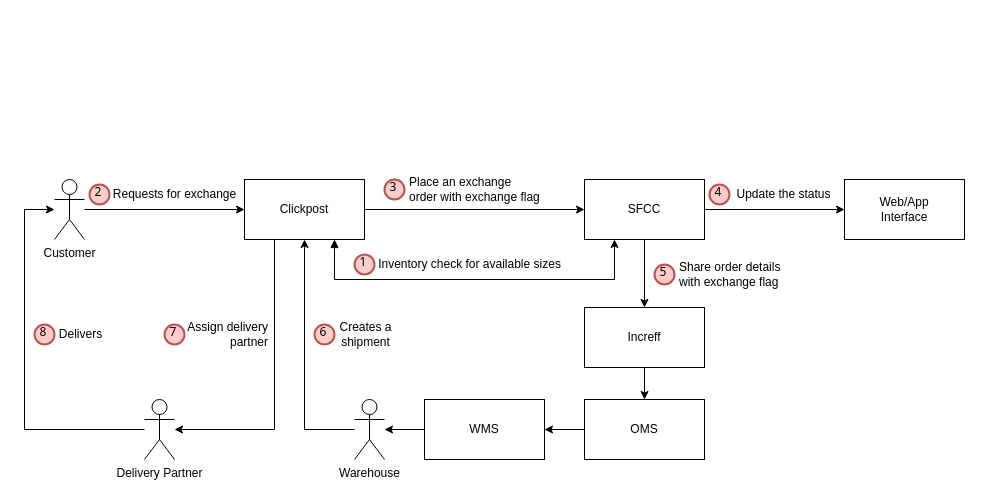
Earlier version of the draw.io diagram Exchange-DataFlowDiagram.drawio (SaketNarayane/ProcessFlows). Source tidied: cells renumbered, new cells numbered last; positions are measured from the earlier drawing's top-left corner, leaving out a move shared by most shapes. Both pictures are drawn from the tidied source at 100%, with x=0, y=0 at pixel (24, 169).
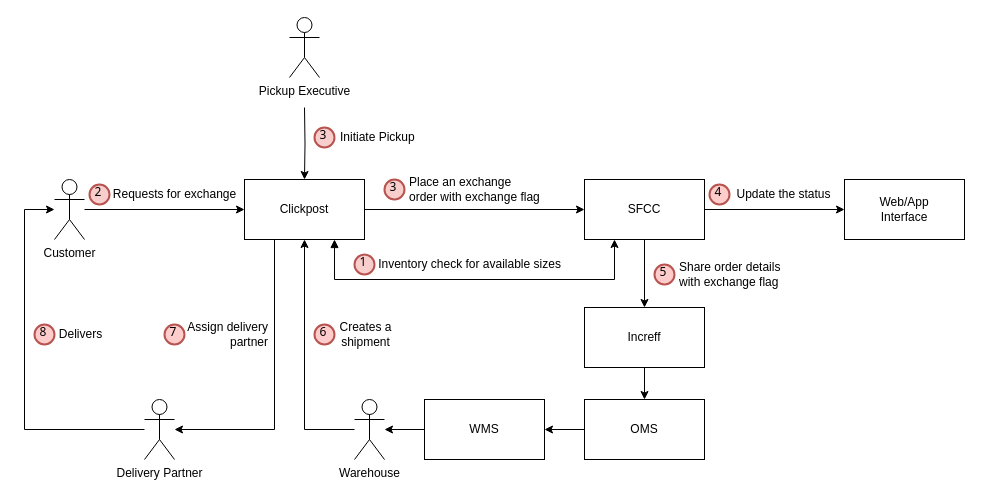
After the change.

Unchanged cells that the change refers to:
```xml
<mxCell id="10" value="Clickpost" style="rounded=0;whiteSpace=wrap;html=1;" parent="1" vertex="1">
  <mxGeometry x="220" y="10" width="120" height="60" as="geometry" />
</mxCell>
```

Diff of the diagram source:
```diff
@@
+    <mxCell id="38" style="edgeStyle=orthogonalEdgeStyle;rounded=0;jettySize=auto;html=1;" parent="1" edge="1" target="10">
+      <mxGeometry relative="1" as="geometry">
+        <mxPoint x="280" y="-62" as="sourcePoint" />
+      </mxGeometry>
+    </mxCell>
+    <mxCell id="39" value="Pickup Executive" style="shape=umlActor;verticalLabelPosition=bottom;verticalAlign=top;html=1;" parent="1" vertex="1">
+      <mxGeometry x="265" y="-152" width="30" height="60" as="geometry" />
+    </mxCell>
+    <mxCell id="40" value="Initiate Pickup" style="text;html=1;align=left;verticalAlign=middle;strokeColor=none;fillColor=none;" parent="1" vertex="1">
+      <mxGeometry x="314" y="-47" width="100" height="30" as="geometry" />
+    </mxCell>
+    <mxCell id="41" value="3" style="ellipse;whiteSpace=wrap;html=1;strokeWidth=2;fontFamily=Tahoma;spacingBottom=4;spacingRight=2;strokeColor=#b85450;fillColor=#f8cecc;" parent="1" vertex="1">
+      <mxGeometry x="290" y="-42" width="20" height="20" as="geometry" />
+    </mxCell>
```
